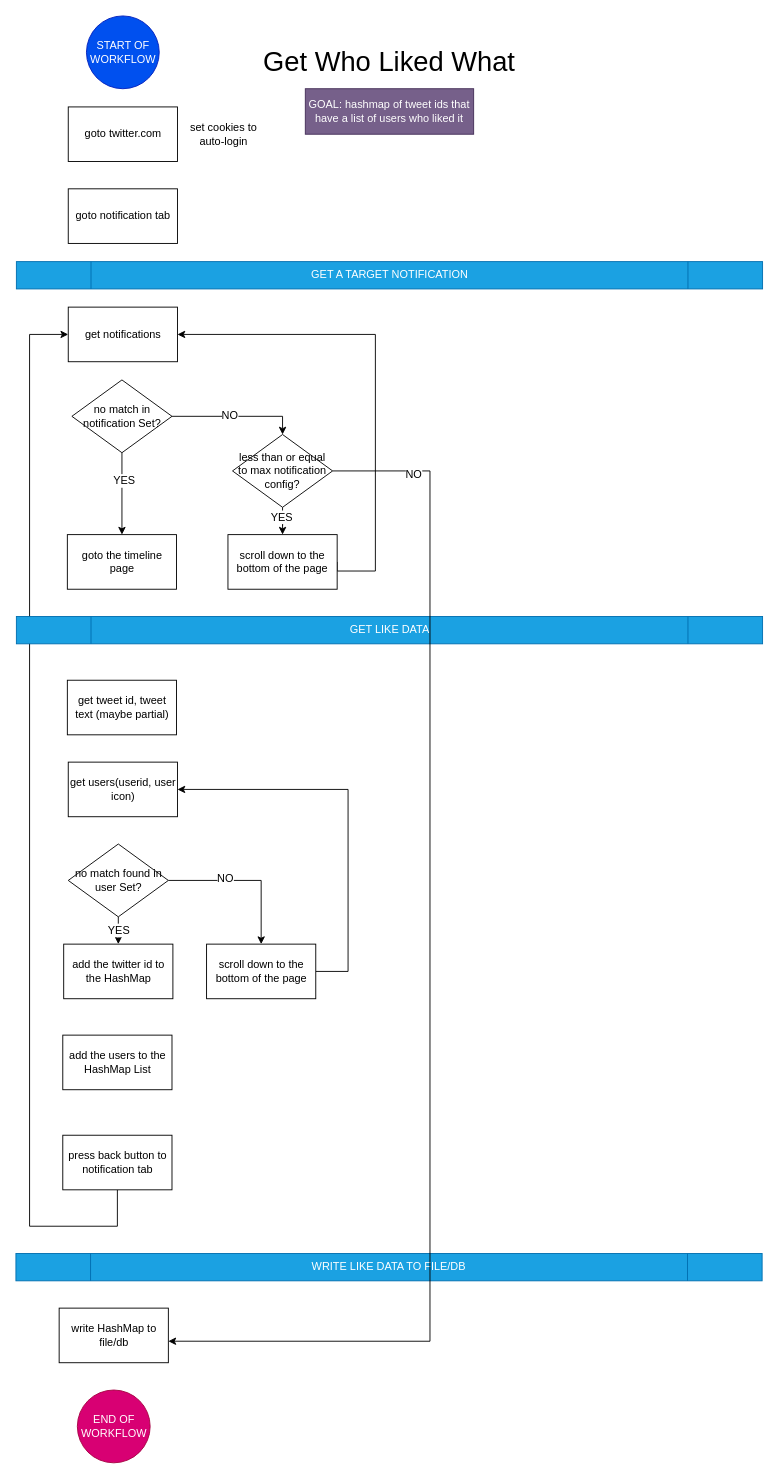
This is notes/scrape-workflow.drawio from myshmeh/omukae-tool, a draw.io file, before an edit. Source tidied: cells renumbered, new cells numbered last; positions are measured from the earlier drawing's top-left corner, leaving out a move shared by most shapes. Both pictures are drawn from the tidied source at 91%, with x=0, y=0 at pixel (15, 15).
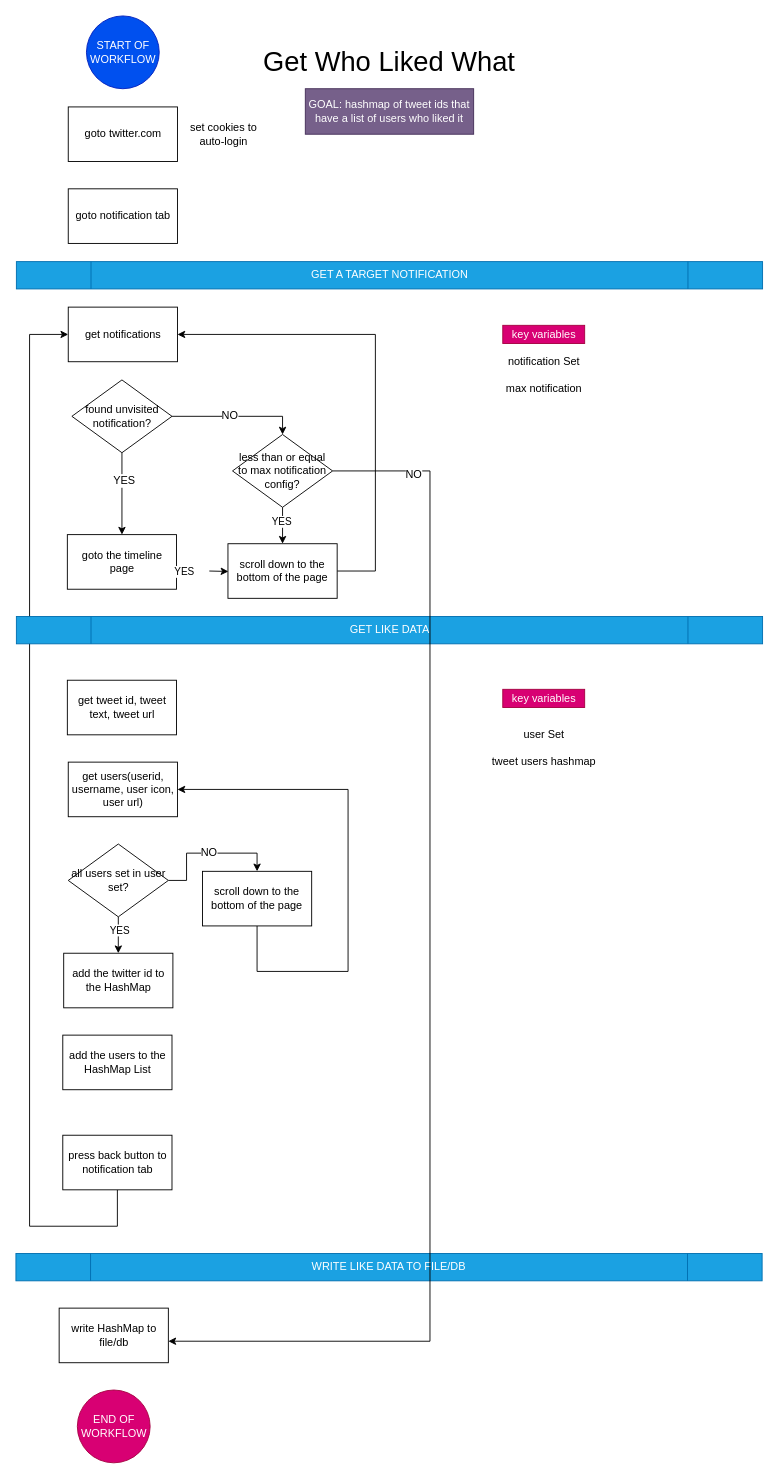
The same page after the edit.

Unchanged cells that the change refers to:
```xml
<mxCell id="7" value="get notifications" style="rounded=0;whiteSpace=wrap;html=1;" parent="1" vertex="1">
  <mxGeometry x="57.5" y="320" width="120" height="60" as="geometry" />
</mxCell>
<mxCell id="34" value="less than or equal to max notification config?" style="rhombus;whiteSpace=wrap;html=1;fontSize=12;" parent="1" vertex="1">
  <mxGeometry x="238" y="460" width="110" height="80" as="geometry" />
</mxCell>
```

Change to the diagram source:
```diff
@@
-    <mxCell id="8" value="get users(userid, user icon)" style="rounded=0;whiteSpace=wrap;html=1;" parent="1" vertex="1">
+    <mxCell id="8" value="get users(userid, username, user icon, user url)" style="rounded=0;whiteSpace=wrap;html=1;" parent="1" vertex="1">
       <mxGeometry x="57.5" y="820" width="120" height="60" as="geometry" />
     </mxCell>
-    <mxCell id="9" value="get tweet id, tweet text (maybe partial)" style="rounded=0;whiteSpace=wrap;html=1;" parent="1" vertex="1">
+    <mxCell id="9" value="get tweet id, tweet text, tweet url" style="rounded=0;whiteSpace=wrap;html=1;" parent="1" vertex="1">
       <mxGeometry x="56.5" y="730" width="120" height="60" as="geometry" />
     </mxCell>
     <mxCell id="10" value="add the twitter id to the HashMap" style="rounded=0;whiteSpace=wrap;html=1;" parent="1" vertex="1">
-      <mxGeometry x="52.5" y="1020" width="120" height="60" as="geometry" />
+      <mxGeometry x="52.5" y="1030" width="120" height="60" as="geometry" />
     </mxCell>
@@
-    <mxCell id="18" value="no match in notification Set?" style="rhombus;whiteSpace=wrap;html=1;fontSize=12;" parent="1" vertex="1">
+    <mxCell id="18" value="found unvisited notification?" style="rhombus;whiteSpace=wrap;html=1;fontSize=12;" parent="1" vertex="1">
       <mxGeometry x="61.5" y="400" width="110" height="80" as="geometry" />
     </mxCell>
-    <mxCell id="19" style="edgeStyle=orthogonalEdgeStyle;rounded=0;jettySize=auto;html=1;entryX=1;entryY=0.5;entryDx=0;entryDy=0;fontSize=12;exitX=1;exitY=0.5;exitDx=0;exitDy=0;" parent="1" edge="1" source="20" target="7">
+    <mxCell id="19" style="edgeStyle=orthogonalEdgeStyle;rounded=0;jettySize=auto;html=1;fontSize=12;exitX=1;exitY=0.5;exitDx=0;exitDy=0;entryX=1;entryY=0.5;entryDx=0;entryDy=0;" parent="1" edge="1" source="20" target="7">
       <mxGeometry relative="1" as="geometry">
         <Array as="points">
           <mxPoint x="395" y="610" />
           <mxPoint x="395" y="350" />
         </Array>
       </mxGeometry>
     </mxCell>
     <mxCell id="20" value="scroll down to the bottom of the page" style="rounded=0;whiteSpace=wrap;html=1;" parent="1" vertex="1">
-      <mxGeometry x="233" y="570" width="120" height="60" as="geometry" />
+      <mxGeometry x="233" y="580" width="120" height="60" as="geometry" />
     </mxCell>
-    <mxCell id="21" value="YES" style="edgeStyle=orthogonalEdgeStyle;rounded=0;jettySize=auto;html=1;fontSize=12;" parent="1" edge="1" source="24" target="10">
+    <mxCell id="21" value="NO" style="edgeStyle=orthogonalEdgeStyle;rounded=0;jettySize=auto;html=1;fontSize=12;entryX=0.5;entryY=0;entryDx=0;entryDy=0;" parent="1" edge="1" source="24" target="28">
       <mxGeometry relative="1" as="geometry" />
     </mxCell>
-    <mxCell id="22" style="edgeStyle=orthogonalEdgeStyle;rounded=0;jettySize=auto;html=1;fontSize=12;" parent="1" edge="1" source="24" target="28">
-      <mxGeometry relative="1" as="geometry" />
-    </mxCell>
-    <mxCell id="23" value="NO" style="edgeLabel;html=1;align=center;verticalAlign=middle;fontSize=12;" parent="22" vertex="1">
-      <mxGeometry x="-0.28" y="3" relative="1" as="geometry" />
-    </mxCell>
+    <mxCell id="39" style="edgeStyle=orthogonalEdgeStyle;rounded=0;jettySize=auto;html=1;entryX=0.5;entryY=0;entryDx=0;entryDy=0;" parent="1" edge="1" source="24" target="10">
+      <mxGeometry relative="1" as="geometry" />
+    </mxCell>
+    <mxCell id="40" value="YES" style="edgeLabel;html=1;align=center;verticalAlign=middle;" parent="39" vertex="1">
+      <mxGeometry x="-0.3" y="1" relative="1" as="geometry" />
+    </mxCell>
-    <mxCell id="24" value="no match found in user Set?" style="rhombus;whiteSpace=wrap;html=1;fontSize=12;" parent="1" vertex="1">
+    <mxCell id="24" value="all users set in user set?" style="rhombus;whiteSpace=wrap;html=1;fontSize=12;" parent="1" vertex="1">
       <mxGeometry x="57.5" y="910" width="110" height="80" as="geometry" />
     </mxCell>
@@
     <mxCell id="28" value="scroll down to the bottom of the page" style="rounded=0;whiteSpace=wrap;html=1;" parent="1" vertex="1">
-      <mxGeometry x="209.5" y="1020" width="120" height="60" as="geometry" />
+      <mxGeometry x="205" y="940" width="120" height="60" as="geometry" />
     </mxCell>
@@
-    <mxCell id="30" style="edgeStyle=orthogonalEdgeStyle;rounded=0;jettySize=auto;html=1;fontSize=12;" parent="1" edge="1" source="34" target="20">
-      <mxGeometry relative="1" as="geometry" />
-    </mxCell>
-    <mxCell id="31" value="YES" style="edgeLabel;html=1;align=center;verticalAlign=middle;fontSize=12;" parent="30" vertex="1">
-      <mxGeometry x="0.18" y="-2" relative="1" as="geometry" />
-    </mxCell>
@@
+    <mxCell id="30" style="edgeStyle=orthogonalEdgeStyle;rounded=0;jettySize=auto;html=1;" parent="1" edge="1" source="34" target="20">
+      <mxGeometry relative="1" as="geometry" />
+    </mxCell>
+    <mxCell id="41" value="YES" style="edgeLabel;html=1;align=center;verticalAlign=middle;" parent="30" vertex="1">
+      <mxGeometry x="-0.23" y="-2" relative="1" as="geometry" />
+    </mxCell>
@@
+    <mxCell id="42" value="notification Set" style="text;html=1;align=center;verticalAlign=middle;fontSize=12;" parent="1" vertex="1">
+      <mxGeometry x="535" y="370" width="90" height="20" as="geometry" />
+    </mxCell>
+    <mxCell id="43" value="key variables" style="text;html=1;align=center;verticalAlign=middle;fontSize=12;fillColor=#d80073;strokeColor=#A50040;fontColor=#ffffff;" parent="1" vertex="1">
+      <mxGeometry x="535" y="340" width="90" height="20" as="geometry" />
+    </mxCell>
+    <mxCell id="44" value="max notification" style="text;html=1;align=center;verticalAlign=middle;fontSize=12;" parent="1" vertex="1">
+      <mxGeometry x="530" y="400" width="100" height="20" as="geometry" />
+    </mxCell>
+    <mxCell id="45" value="key variables" style="text;html=1;align=center;verticalAlign=middle;fontSize=12;fillColor=#d80073;strokeColor=#A50040;fontColor=#ffffff;" parent="1" vertex="1">
+      <mxGeometry x="535" y="740" width="90" height="20" as="geometry" />
+    </mxCell>
+    <mxCell id="46" value="user Set" style="text;html=1;align=center;verticalAlign=middle;fontSize=12;" parent="1" vertex="1">
+      <mxGeometry x="550" y="780" width="60" height="20" as="geometry" />
+    </mxCell>
+    <mxCell id="47" value="tweet users hashmap" style="text;html=1;align=center;verticalAlign=middle;fontSize=12;" parent="1" vertex="1">
+      <mxGeometry x="515" y="810" width="130" height="20" as="geometry" />
+    </mxCell>
+    <mxCell id="48" style="edgeStyle=orthogonalEdgeStyle;rounded=0;jettySize=auto;html=1;" parent="1" edge="1" target="20">
+      <mxGeometry relative="1" as="geometry">
+        <mxPoint x="212.5" y="610" as="sourcePoint" />
+      </mxGeometry>
+    </mxCell>
+    <mxCell id="49" value="YES" style="edgeLabel;html=1;align=center;verticalAlign=middle;" parent="48" vertex="1">
+      <mxGeometry x="-0.35" y="2" relative="1" as="geometry">
+        <mxPoint x="-35" y="2" as="offset" />
+      </mxGeometry>
+    </mxCell>
```
